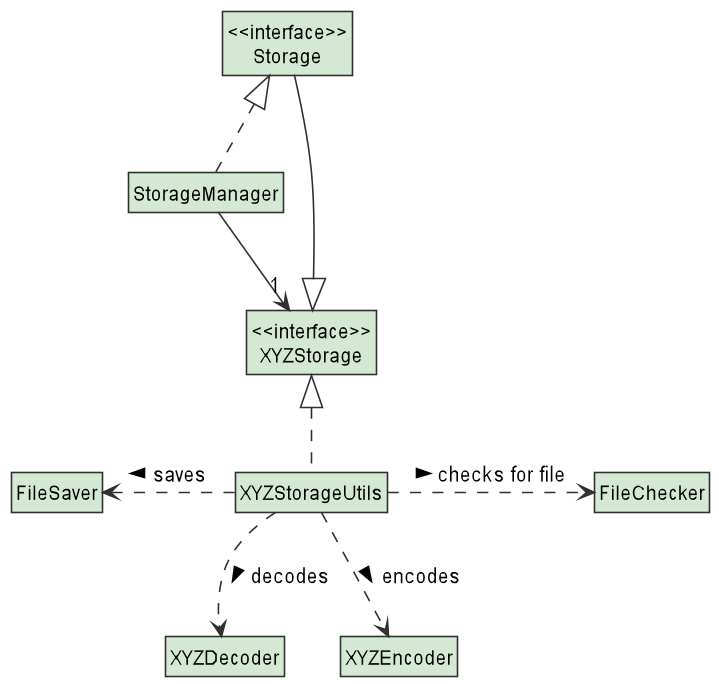
This is docs/images/StorageClassDiagram.png from tryyang2001/tp, a PlantUML export, as it was before one commit.
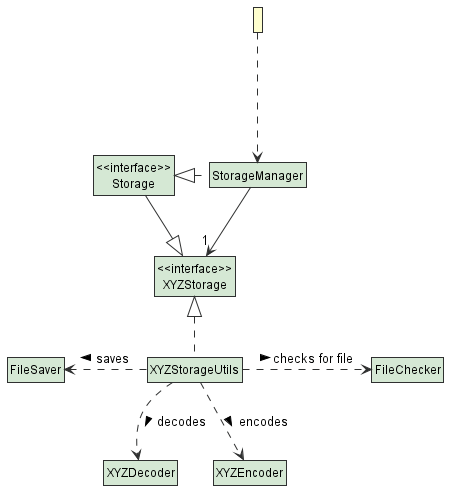
After the change.

Diff of the diagram source:
```diff
@@ -13,12 +13,16 @@
 class FileSaver STORAGE_COLOUR
 class StorageManager STORAGE_COLOUR
 class XYZStorageUtils STORAGE_COLOUR
+
 class "<<interface>>\nXYZStorage" STORAGE_COLOUR
+
 class "<<interface>>\nStorage" STORAGE_COLOUR
 
-"<<interface>>\nXYZStorage" <|-up- "<<interface>>\nStorage"
+" " ...> StorageManager
 
-StorageManager .up.|> "<<interface>>\nStorage"
+"<<interface>>\nXYZStorage" <|-left- "<<interface>>\nStorage"
+
+StorageManager .left.|> "<<interface>>\nStorage"
 
 "<<interface>>\nXYZStorage" <|.. XYZStorageUtils
 
```
